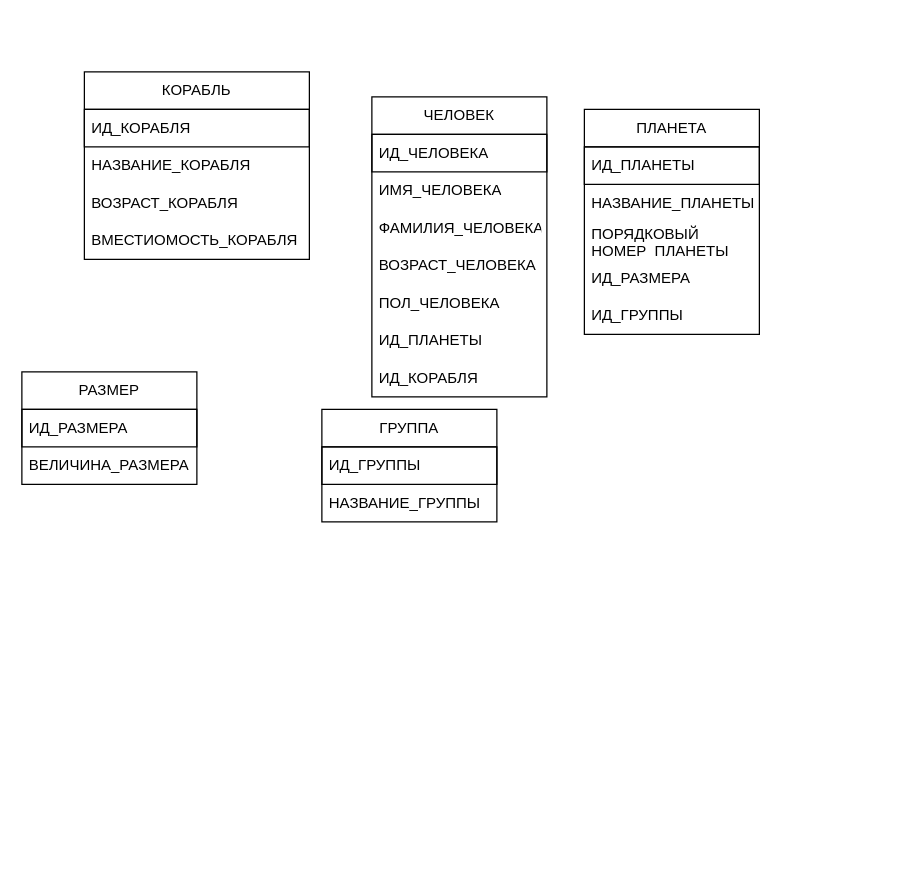
Before: page "Страница 1" (1 of 2) of Диаграмма без названия.drawio in Ara1826/database, a draw.io diagram. Source tidied: cells renumbered, new cells numbered last; positions are measured from the earlier drawing's top-left corner, leaving out a move shared by most shapes. Both pictures are drawn from the tidied source at 125%, with x=0, y=0 at pixel (21, 71).
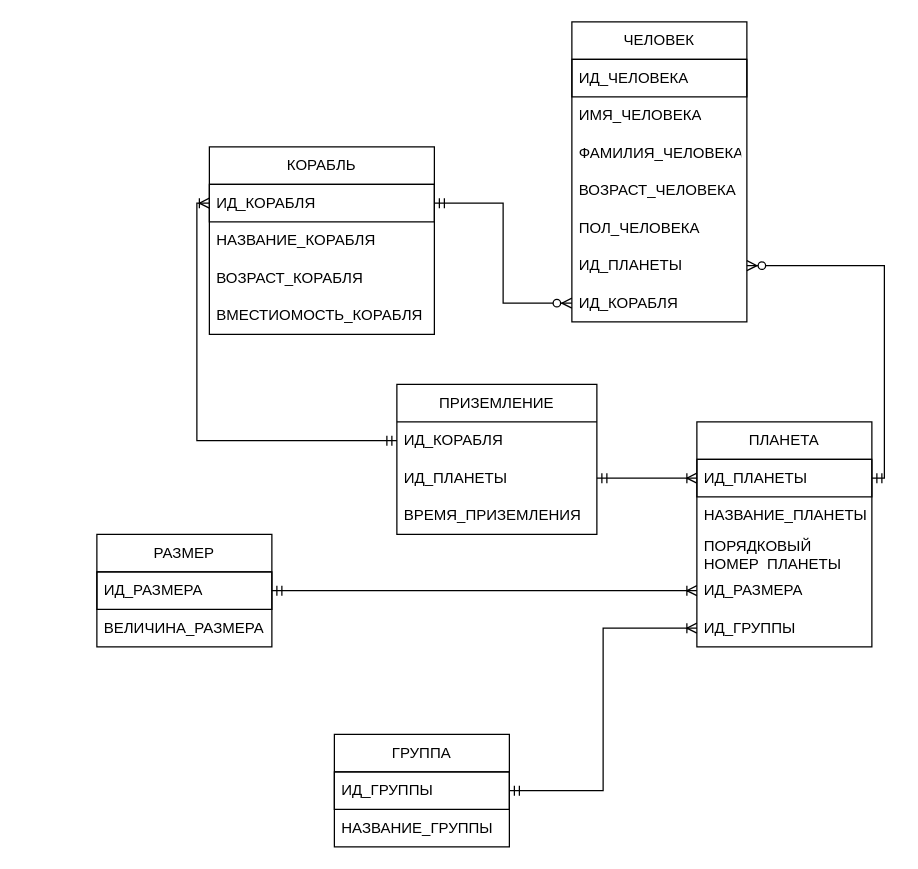
Above is the later version.

Unchanged cells that the change refers to:
```xml
<mxCell id="3" value="ИД_КОРАБЛЯ" style="text;strokeColor=default;fillColor=none;align=left;verticalAlign=middle;spacingLeft=4;spacingRight=4;overflow=hidden;points=[[0,0.5],[1,0.5]];portConstraint=eastwest;whiteSpace=wrap;html=1;" parent="2" vertex="1">
  <mxGeometry y="30" width="180" height="30" as="geometry" />
</mxCell>
<mxCell id="13" value="ИД_ПЛАНЕТЫ" style="text;strokeColor=none;fillColor=none;align=left;verticalAlign=middle;spacingLeft=4;spacingRight=4;overflow=hidden;points=[[0,0.5],[1,0.5]];portConstraint=eastwest;whiteSpace=wrap;html=1;" parent="7" vertex="1">
  <mxGeometry y="180" width="140" height="30" as="geometry" />
</mxCell>
<mxCell id="14" value="ИД_КОРАБЛЯ" style="text;strokeColor=none;fillColor=none;align=left;verticalAlign=middle;spacingLeft=4;spacingRight=4;overflow=hidden;points=[[0,0.5],[1,0.5]];portConstraint=eastwest;whiteSpace=wrap;html=1;" parent="7" vertex="1">
  <mxGeometry y="210" width="140" height="30" as="geometry" />
</mxCell>
<mxCell id="16" value="ИД_ПЛАНЕТЫ" style="text;strokeColor=default;fillColor=none;align=left;verticalAlign=middle;spacingLeft=4;spacingRight=4;overflow=hidden;points=[[0,0.5],[1,0.5]];portConstraint=eastwest;whiteSpace=wrap;html=1;" parent="15" vertex="1">
  <mxGeometry y="30" width="140" height="30" as="geometry" />
</mxCell>
<mxCell id="19" value="ИД_РАЗМЕРА" style="text;strokeColor=none;fillColor=none;align=left;verticalAlign=middle;spacingLeft=4;spacingRight=4;overflow=hidden;points=[[0,0.5],[1,0.5]];portConstraint=eastwest;whiteSpace=wrap;html=1;" parent="15" vertex="1">
  <mxGeometry y="120" width="140" height="30" as="geometry" />
</mxCell>
<mxCell id="20" value="ИД_ГРУППЫ" style="text;strokeColor=none;fillColor=none;align=left;verticalAlign=middle;spacingLeft=4;spacingRight=4;overflow=hidden;points=[[0,0.5],[1,0.5]];portConstraint=eastwest;whiteSpace=wrap;html=1;" parent="15" vertex="1">
  <mxGeometry y="150" width="140" height="30" as="geometry" />
</mxCell>
<mxCell id="22" value="ИД_РАЗМЕРА" style="text;strokeColor=default;fillColor=none;align=left;verticalAlign=middle;spacingLeft=4;spacingRight=4;overflow=hidden;points=[[0,0.5],[1,0.5]];portConstraint=eastwest;whiteSpace=wrap;html=1;" parent="21" vertex="1">
  <mxGeometry y="30" width="140" height="30" as="geometry" />
</mxCell>
<mxCell id="25" value="ИД_ГРУППЫ" style="text;strokeColor=default;fillColor=none;align=left;verticalAlign=middle;spacingLeft=4;spacingRight=4;overflow=hidden;points=[[0,0.5],[1,0.5]];portConstraint=eastwest;whiteSpace=wrap;html=1;" parent="24" vertex="1">
  <mxGeometry y="30" width="140" height="30" as="geometry" />
</mxCell>
```

Change to the diagram source:
```diff
@@
     <mxCell id="2" value="КОРАБЛЬ" style="swimlane;fontStyle=0;horizontal=1;startSize=30;whiteSpace=wrap;html=1;" parent="1" vertex="1">
-      <mxGeometry x="50" width="180" height="150" as="geometry" />
+      <mxGeometry x="150" y="60" width="180" height="150" as="geometry" />
     </mxCell>
@@
     <mxCell id="7" value="ЧЕЛОВЕК" style="swimlane;fontStyle=0;horizontal=1;startSize=30;whiteSpace=wrap;html=1;" parent="1" vertex="1">
-      <mxGeometry x="280" y="20" width="140" height="240" as="geometry" />
+      <mxGeometry x="440" y="-40" width="140" height="240" as="geometry" />
     </mxCell>
@@
     <mxCell id="15" value="ПЛАНЕТА" style="swimlane;fontStyle=0;horizontal=1;startSize=30;whiteSpace=wrap;html=1;" parent="1" vertex="1">
-      <mxGeometry x="450" y="30" width="140" height="180" as="geometry" />
+      <mxGeometry x="540" y="280" width="140" height="180" as="geometry" />
     </mxCell>
@@
     <mxCell id="21" value="РАЗМЕР" style="swimlane;fontStyle=0;horizontal=1;startSize=30;whiteSpace=wrap;html=1;" parent="1" vertex="1">
-      <mxGeometry y="240" width="140" height="90" as="geometry" />
+      <mxGeometry x="60" y="370" width="140" height="90" as="geometry" />
     </mxCell>
@@
     <mxCell id="24" value="ГРУППА" style="swimlane;fontStyle=0;horizontal=1;startSize=30;whiteSpace=wrap;html=1;" parent="1" vertex="1">
-      <mxGeometry x="240" y="270" width="140" height="90" as="geometry" />
+      <mxGeometry x="250" y="530" width="140" height="90" as="geometry" />
     </mxCell>
@@
+    <mxCell id="27" value="ПРИЗЕМЛЕНИЕ" style="swimlane;fontStyle=0;horizontal=1;startSize=30;whiteSpace=wrap;html=1;" parent="1" vertex="1">
+      <mxGeometry x="300" y="250" width="160" height="120" as="geometry" />
+    </mxCell>
+    <mxCell id="28" value="&lt;div&gt;ИД_КОРАБЛЯ&lt;/div&gt;" style="text;strokeColor=none;fillColor=none;align=left;verticalAlign=middle;spacingLeft=4;spacingRight=4;overflow=hidden;points=[[0,0.5],[1,0.5]];portConstraint=eastwest;whiteSpace=wrap;html=1;" parent="27" vertex="1">
+      <mxGeometry y="30" width="160" height="30" as="geometry" />
+    </mxCell>
+    <mxCell id="29" value="ИД_ПЛАНЕТЫ" style="text;strokeColor=none;fillColor=none;align=left;verticalAlign=middle;spacingLeft=4;spacingRight=4;overflow=hidden;points=[[0,0.5],[1,0.5]];portConstraint=eastwest;whiteSpace=wrap;html=1;" parent="27" vertex="1">
+      <mxGeometry y="60" width="160" height="30" as="geometry" />
+    </mxCell>
+    <mxCell id="30" value="ВРЕМЯ_ПРИЗЕМЛЕНИЯ" style="text;strokeColor=none;fillColor=none;align=left;verticalAlign=middle;spacingLeft=4;spacingRight=4;overflow=hidden;whiteSpace=wrap;html=1;" parent="27" vertex="1">
+      <mxGeometry y="90" width="160" height="30" as="geometry" />
+    </mxCell>
+    <mxCell id="31" style="edgeStyle=orthogonalEdgeStyle;fontSize=12;html=1;endArrow=ERoneToMany;startArrow=ERmandOne;rounded=0;entryX=0;entryY=0.5;entryDx=0;entryDy=0;exitX=1;exitY=0.5;exitDx=0;exitDy=0;" parent="1" edge="1" source="29" target="16">
+      <mxGeometry relative="1" as="geometry" />
+    </mxCell>
+    <mxCell id="32" style="edgeStyle=orthogonalEdgeStyle;fontSize=12;html=1;endArrow=ERoneToMany;startArrow=ERmandOne;rounded=0;exitX=0;exitY=0.5;exitDx=0;exitDy=0;entryX=0;entryY=0.5;entryDx=0;entryDy=0;" parent="1" edge="1" source="28" target="3">
+      <mxGeometry relative="1" as="geometry" />
+    </mxCell>
+    <mxCell id="33" style="edgeStyle=entityRelationEdgeStyle;fontSize=12;html=1;endArrow=ERoneToMany;startArrow=ERmandOne;rounded=0;entryX=0;entryY=0.5;entryDx=0;entryDy=0;exitX=1;exitY=0.5;exitDx=0;exitDy=0;" parent="1" edge="1" source="22" target="19">
+      <mxGeometry relative="1" as="geometry" />
+    </mxCell>
+    <mxCell id="34" style="edgeStyle=orthogonalEdgeStyle;fontSize=12;html=1;endArrow=ERoneToMany;startArrow=ERmandOne;rounded=0;exitX=1;exitY=0.5;exitDx=0;exitDy=0;entryX=0;entryY=0.5;entryDx=0;entryDy=0;" parent="1" edge="1" source="25" target="20">
+      <mxGeometry relative="1" as="geometry" />
+    </mxCell>
+    <mxCell id="35" style="edgeStyle=orthogonalEdgeStyle;fontSize=12;html=1;endArrow=ERzeroToMany;startArrow=ERmandOne;rounded=0;exitX=1;exitY=0.5;exitDx=0;exitDy=0;entryX=1;entryY=0.5;entryDx=0;entryDy=0;" parent="1" edge="1" source="16" target="13">
+      <mxGeometry relative="1" as="geometry" />
+    </mxCell>
+    <mxCell id="36" style="edgeStyle=orthogonalEdgeStyle;fontSize=12;html=1;endArrow=ERzeroToMany;startArrow=ERmandOne;rounded=0;exitX=1;exitY=0.5;exitDx=0;exitDy=0;entryX=0;entryY=0.5;entryDx=0;entryDy=0;" parent="1" edge="1" source="3" target="14">
+      <mxGeometry relative="1" as="geometry" />
+    </mxCell>
```
